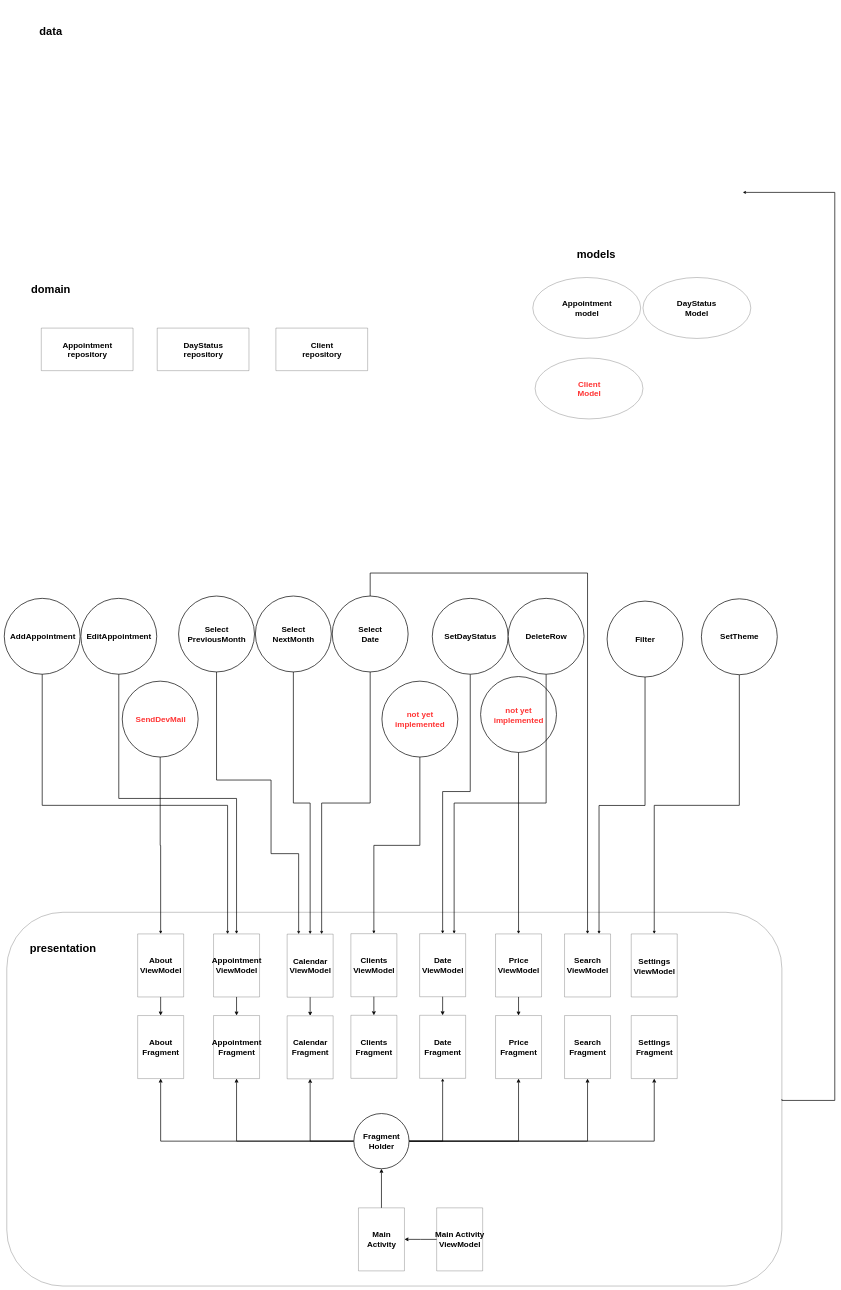
Earlier version of the draw.io diagram Диаграмма без названия.drawio (lemmiwinks1551/MySchedule). Source tidied: cells renumbered, new cells numbered last; positions are measured from the earlier drawing's top-left corner, leaving out a move shared by most shapes. Both pictures are drawn from the tidied source at 23%, with x=0, y=0 at pixel (4, 27).
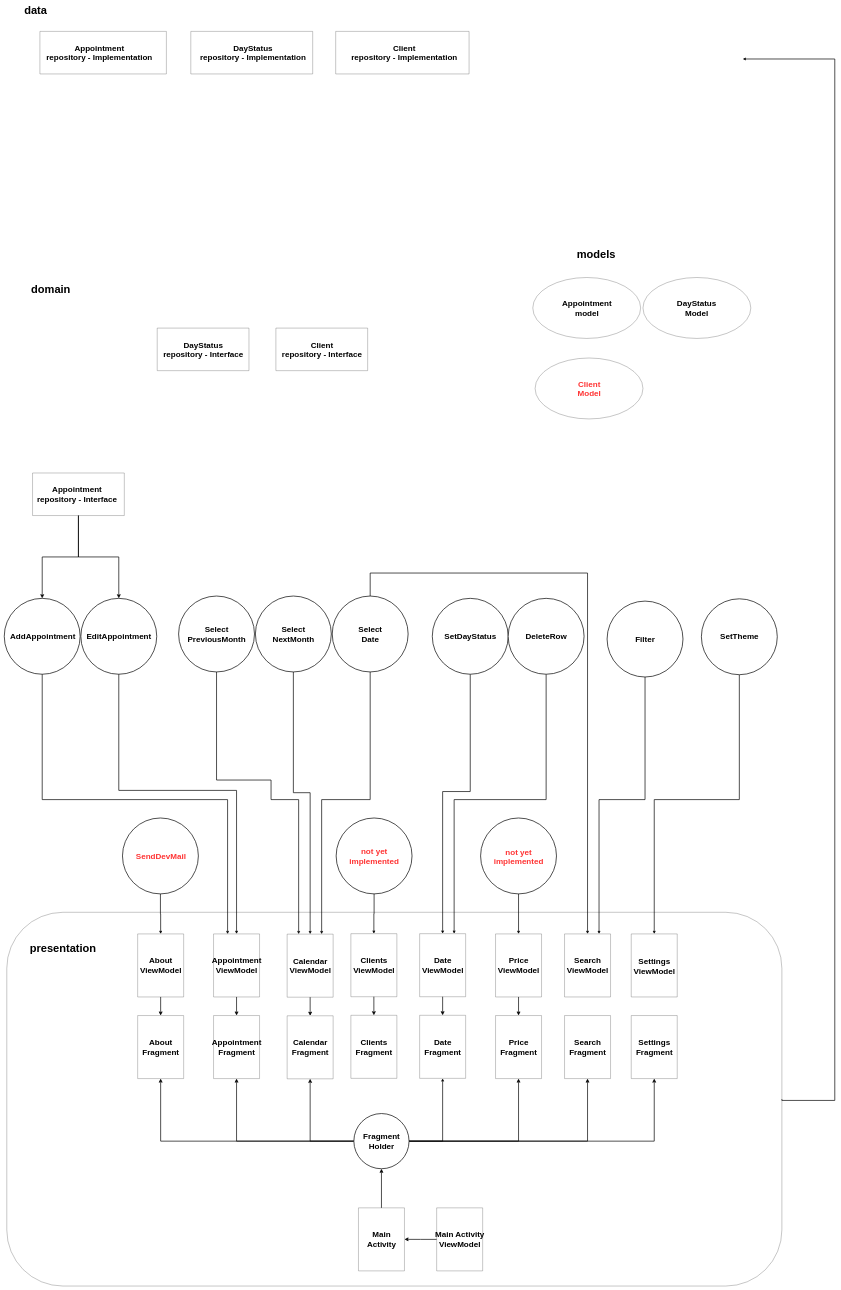
Above is the later version.

The change refers to these unchanged cells:
```xml
<mxCell id="2" style="rounded=1;whiteSpace=wrap;html=1;" parent="1" vertex="1">
  <mxGeometry x="11" y="3850" width="3370" height="1625" as="geometry" />
</mxCell>
<mxCell id="5" style="ellipse;whiteSpace=wrap;html=1;strokeWidth=3;fontSize=48;" parent="4" vertex="1">
  <mxGeometry width="330" height="330" as="geometry" />
</mxCell>
<mxCell id="26" style="ellipse;whiteSpace=wrap;html=1;strokeWidth=3;fontSize=48;" parent="25" vertex="1">
  <mxGeometry x="-95" y="20" width="330" height="330" as="geometry" />
</mxCell>
<mxCell id="29" style="ellipse;whiteSpace=wrap;html=1;strokeWidth=3;fontSize=48;" parent="28" vertex="1">
  <mxGeometry x="-100" width="330" height="330" as="geometry" />
</mxCell>
<mxCell id="32" style="ellipse;whiteSpace=wrap;html=1;strokeWidth=3;fontSize=48;" parent="31" vertex="1">
  <mxGeometry x="2" width="330" height="330" as="geometry" />
</mxCell>
<mxCell id="35" style="ellipse;whiteSpace=wrap;html=1;strokeWidth=3;fontSize=48;" parent="34" vertex="1">
  <mxGeometry x="2" width="330" height="330" as="geometry" />
</mxCell>
<mxCell id="41" style="swimlane;startSize=0;" parent="1" vertex="1">
  <mxGeometry x="1230" y="3945" width="200" height="274.1" as="geometry" />
</mxCell>
<mxCell id="46" style="swimlane;startSize=0;" parent="1" vertex="1">
  <mxGeometry x="910" y="3944" width="200" height="274.1" as="geometry" />
</mxCell>
<mxCell id="51" style="swimlane;startSize=0;" parent="1" vertex="1">
  <mxGeometry x="1806" y="3943" width="200" height="274.1" as="geometry" />
</mxCell>
<mxCell id="60" style="swimlane;startSize=0;" parent="1" vertex="1">
  <mxGeometry x="2436" y="3944" width="200" height="274.1" as="geometry" />
</mxCell>
<mxCell id="64" style="swimlane;startSize=0;" parent="1" vertex="1">
  <mxGeometry x="2726" y="3944" width="200" height="274.1" as="geometry" />
</mxCell>
<mxCell id="101" style="ellipse;whiteSpace=wrap;html=1;strokeWidth=3;fontSize=48;" parent="1" vertex="1">
  <mxGeometry x="2191" y="2485" width="330" height="330" as="geometry" />
</mxCell>
<mxCell id="103" style="ellipse;whiteSpace=wrap;html=1;strokeWidth=3;fontSize=48;" parent="1" vertex="1">
  <mxGeometry x="2621" y="2497" width="330" height="330" as="geometry" />
</mxCell>
<mxCell id="105" style="ellipse;whiteSpace=wrap;html=1;strokeWidth=3;fontSize=48;" parent="1" vertex="1">
  <mxGeometry x="3031" y="2487" width="330" height="330" as="geometry" />
</mxCell>
<mxCell id="122" style="group;" parent="1" vertex="1">
  <mxGeometry x="665" y="1310" width="399" height="185" as="geometry" />
</mxCell>
```

Diff of the diagram source:
```diff
@@
     <mxCell id="3" style="group;" parent="1" vertex="1">
-      <mxGeometry x="60" y="2475" width="3301" height="1219.1" as="geometry" />
+      <mxGeometry x="60" y="2475" width="3301" height="1295" as="geometry" />
     </mxCell>
     <mxCell id="4" style="group;" parent="3" vertex="1">
-      <mxGeometry x="-60" y="10" width="3361" height="1209.1" as="geometry" />
+      <mxGeometry x="-60" y="10" width="3361" height="1285" as="geometry" />
     </mxCell>
@@
+    <mxCell id="14" style="ellipse;whiteSpace=wrap;html=1;strokeWidth=3;fontSize=48;" parent="4" vertex="1">
+      <mxGeometry x="2071" y="955" width="330" height="330" as="geometry" />
+    </mxCell>
+    <mxCell id="15" value="not yet &lt;br&gt;implemented" style="text;strokeColor=none;fillColor=none;html=1;fontSize=35;fontStyle=1;verticalAlign=middle;align=center;strokeWidth=3;fontColor=#FF3333;" parent="4" vertex="1">
+      <mxGeometry x="2186" y="1105" width="100" height="35" as="geometry" />
+    </mxCell>
+    <mxCell id="16" style="group;" parent="4" vertex="1">
+      <mxGeometry x="1911" y="-1025" width="1100" height="680" as="geometry" />
+    </mxCell>
+    <mxCell id="17" style="group;" parent="16" vertex="1">
+      <mxGeometry width="1100" height="680" as="geometry" />
+    </mxCell>
+    <mxCell id="18" style="group;" parent="17" vertex="1">
+      <mxGeometry width="1100" height="680" as="geometry" />
+    </mxCell>
+    <mxCell id="19" style="ellipse;whiteSpace=wrap;html=1;" parent="18" vertex="1">
+      <mxGeometry x="397" y="-20" width="469" height="265" as="geometry" />
+    </mxCell>
+    <mxCell id="20" value="&lt;font color=&quot;#ff3333&quot;&gt;Client&lt;br&gt;Model&lt;br&gt;&lt;/font&gt;" style="text;strokeColor=none;fillColor=none;html=1;fontSize=35;fontStyle=1;verticalAlign=middle;align=center;strokeWidth=3;fontColor=#000000000;" parent="18" vertex="1">
+      <mxGeometry x="581.5" y="92.5" width="100" height="40" as="geometry" />
+    </mxCell>
     <mxCell id="7" style="group;" parent="4" vertex="1">
-      <mxGeometry x="515" y="360" width="330" height="330" as="geometry" />
+      <mxGeometry x="516" y="955" width="330" height="330" as="geometry" />
     </mxCell>
@@
     <mxCell id="11" style="group;fontColor=#FF66B3;" parent="4" vertex="1">
-      <mxGeometry x="1640" y="360" width="330" height="330" as="geometry" />
+      <mxGeometry x="1441" y="955" width="330" height="330" as="geometry" />
     </mxCell>
@@
-    <mxCell id="14" style="ellipse;whiteSpace=wrap;html=1;strokeWidth=3;fontSize=48;" parent="4" vertex="1">
-      <mxGeometry x="2071" y="340" width="330" height="330" as="geometry" />
-    </mxCell>
-    <mxCell id="15" value="not yet &lt;br&gt;implemented" style="text;strokeColor=none;fillColor=none;html=1;fontSize=35;fontStyle=1;verticalAlign=middle;align=center;strokeWidth=3;fontColor=#FF3333;" parent="4" vertex="1">
-      <mxGeometry x="2186" y="490" width="100" height="35" as="geometry" />
-    </mxCell>
-    <mxCell id="16" style="group;" parent="4" vertex="1">
-      <mxGeometry x="1911" y="-1025" width="1100" height="680" as="geometry" />
-    </mxCell>
-    <mxCell id="17" style="group;" parent="16" vertex="1">
-      <mxGeometry width="1100" height="680" as="geometry" />
-    </mxCell>
-    <mxCell id="18" style="group;" parent="17" vertex="1">
-      <mxGeometry width="1100" height="680" as="geometry" />
-    </mxCell>
-    <mxCell id="19" style="ellipse;whiteSpace=wrap;html=1;" parent="18" vertex="1">
-      <mxGeometry x="397" y="-20" width="469" height="265" as="geometry" />
-    </mxCell>
-    <mxCell id="20" value="&lt;font color=&quot;#ff3333&quot;&gt;Client&lt;br&gt;Model&lt;br&gt;&lt;/font&gt;" style="text;strokeColor=none;fillColor=none;html=1;fontSize=35;fontStyle=1;verticalAlign=middle;align=center;strokeWidth=3;fontColor=#000000000;" parent="18" vertex="1">
-      <mxGeometry x="581.5" y="92.5" width="100" height="40" as="geometry" />
-    </mxCell>
-    <mxCell id="21" style="group;" parent="4" vertex="1">
-      <mxGeometry x="161" y="-1175" width="399" height="185" as="geometry" />
-    </mxCell>
-    <mxCell id="22" value="Appointment&lt;br&gt;repository" style="text;strokeColor=none;fillColor=none;html=1;fontSize=35;fontStyle=1;verticalAlign=middle;align=center;strokeWidth=3;" parent="21" vertex="1">
-      <mxGeometry x="99.8" y="79" width="199.5" height="27" as="geometry" />
-    </mxCell>
-    <mxCell id="23" style="swimlane;startSize=0;" parent="21" vertex="1">
-      <mxGeometry width="399" height="185" as="geometry" />
-    </mxCell>
@@
     <mxCell id="37" style="edgeStyle=orthogonalEdgeStyle;rounded=0;jumpSize=11;jettySize=auto;html=1;strokeWidth=3;fontSize=28;fontColor=#000000000;exitX=1;exitY=0.5;exitDx=0;exitDy=0;" parent="1" edge="1" source="2">
       <mxGeometry relative="1" as="geometry">
-        <mxPoint x="3211" y="720" as="targetPoint" />
+        <mxPoint x="3211" y="140" as="targetPoint" />
         <Array as="points">
+          <mxPoint x="3381" y="4668" />
           <mxPoint x="3611" y="4668" />
-          <mxPoint x="3611" y="720" />
+          <mxPoint x="3611" y="140" />
         </Array>
       </mxGeometry>
     </mxCell>
     <mxCell id="38" style="edgeStyle=orthogonalEdgeStyle;rounded=0;jumpSize=11;jettySize=auto;html=1;entryX=0.5;entryY=1;entryDx=0;entryDy=0;strokeWidth=3;fontSize=35;fontColor=#FF3333;endSize=10;startArrow=classic;startFill=1;endArrow=none;endFill=0;" parent="1" edge="1" source="41" target="32">
-      <mxGeometry relative="1" as="geometry" />
+      <mxGeometry relative="1" as="geometry">
+        <Array as="points">
+          <mxPoint x="1330" y="3330" />
+          <mxPoint x="1257" y="3330" />
+        </Array>
+      </mxGeometry>
     </mxCell>
     <mxCell id="39" style="edgeStyle=orthogonalEdgeStyle;rounded=0;jumpSize=11;jettySize=auto;html=1;strokeWidth=3;fontSize=35;fontColor=#FF3333;entryX=0.5;entryY=1;entryDx=0;entryDy=0;exitX=0.25;exitY=0;exitDx=0;exitDy=0;endSize=10;startArrow=classic;startFill=1;endArrow=none;endFill=0;" parent="1" edge="1" source="41" target="29">
       <mxGeometry relative="1" as="geometry">
         <Array as="points">
-          <mxPoint x="1280" y="3595" />
-          <mxPoint x="1160" y="3595" />
+          <mxPoint x="1280" y="3360" />
+          <mxPoint x="1160" y="3360" />
           <mxPoint x="1160" y="3275" />
           <mxPoint x="923" y="3275" />
         </Array>
       </mxGeometry>
     </mxCell>
     <mxCell id="40" style="edgeStyle=orthogonalEdgeStyle;rounded=0;jumpSize=11;jettySize=auto;html=1;entryX=0.5;entryY=1;entryDx=0;entryDy=0;strokeWidth=3;fontSize=35;fontColor=#FF3333;exitX=0.75;exitY=0;exitDx=0;exitDy=0;endSize=10;startArrow=classic;startFill=1;endArrow=none;endFill=0;" parent="1" edge="1" source="41" target="35">
       <mxGeometry relative="1" as="geometry">
         <Array as="points">
-          <mxPoint x="1380" y="3375" />
-          <mxPoint x="1591" y="3375" />
+          <mxPoint x="1380" y="3360" />
+          <mxPoint x="1591" y="3360" />
         </Array>
       </mxGeometry>
     </mxCell>
@@
     <mxCell id="44" style="edgeStyle=orthogonalEdgeStyle;rounded=0;jumpSize=11;jettySize=auto;html=1;entryX=0.5;entryY=1;entryDx=0;entryDy=0;strokeWidth=3;fontSize=35;fontColor=#FF3333;exitX=0.305;exitY=0.002;exitDx=0;exitDy=0;exitPerimeter=0;endSize=10;startArrow=classic;startFill=1;endArrow=none;endFill=0;" parent="1" edge="1" source="46" target="5">
       <mxGeometry relative="1" as="geometry">
         <Array as="points">
-          <mxPoint x="971" y="3385" />
-          <mxPoint x="165" y="3385" />
+          <mxPoint x="971" y="3360" />
+          <mxPoint x="165" y="3360" />
         </Array>
       </mxGeometry>
     </mxCell>
     <mxCell id="45" style="edgeStyle=orthogonalEdgeStyle;rounded=0;jumpSize=11;jettySize=auto;html=1;entryX=0.5;entryY=1;entryDx=0;entryDy=0;strokeWidth=3;fontSize=35;fontColor=#FF3333;endSize=10;startArrow=classic;startFill=1;endArrow=none;endFill=0;" parent="1" edge="1" source="46" target="26">
       <mxGeometry relative="1" as="geometry">
         <Array as="points">
-          <mxPoint x="1010" y="3355" />
-          <mxPoint x="498" y="3355" />
+          <mxPoint x="1010" y="3320" />
+          <mxPoint x="498" y="3320" />
         </Array>
       </mxGeometry>
     </mxCell>
@@
     <mxCell id="50" style="edgeStyle=orthogonalEdgeStyle;rounded=0;jumpSize=11;jettySize=auto;html=1;entryX=0.5;entryY=1;entryDx=0;entryDy=0;strokeWidth=3;fontSize=35;fontColor=#FF3333;exitX=0.75;exitY=0;exitDx=0;exitDy=0;endSize=10;startArrow=classic;startFill=1;endArrow=none;endFill=0;" parent="1" edge="1" source="51" target="101">
       <mxGeometry relative="1" as="geometry">
         <Array as="points">
-          <mxPoint x="1956" y="3375" />
-          <mxPoint x="2356" y="3375" />
+          <mxPoint x="1956" y="3360" />
+          <mxPoint x="2356" y="3360" />
         </Array>
       </mxGeometry>
     </mxCell>
@@
     <mxCell id="58" style="edgeStyle=orthogonalEdgeStyle;rounded=0;jumpSize=11;jettySize=auto;html=1;entryX=0.5;entryY=1;entryDx=0;entryDy=0;strokeWidth=3;fontSize=35;fontColor=#FF3333;exitX=0.75;exitY=0;exitDx=0;exitDy=0;endSize=10;startArrow=classic;startFill=1;endArrow=none;endFill=0;" parent="1" edge="1" source="60" target="103">
-      <mxGeometry relative="1" as="geometry" />
+      <mxGeometry relative="1" as="geometry">
+        <Array as="points">
+          <mxPoint x="2586" y="3360" />
+          <mxPoint x="2786" y="3360" />
+        </Array>
+      </mxGeometry>
     </mxCell>
@@
     <mxCell id="63" style="edgeStyle=orthogonalEdgeStyle;rounded=0;jumpSize=11;jettySize=auto;html=1;entryX=0.5;entryY=1;entryDx=0;entryDy=0;strokeWidth=3;fontSize=35;fontColor=#FF3333;exitX=0.5;exitY=0;exitDx=0;exitDy=0;endSize=10;startArrow=classic;startFill=1;endArrow=none;endFill=0;" parent="1" edge="1" source="64" target="105">
       <mxGeometry relative="1" as="geometry">
         <Array as="points">
-          <mxPoint x="2826" y="3385" />
-          <mxPoint x="3196" y="3385" />
+          <mxPoint x="2826" y="3360" />
+          <mxPoint x="3196" y="3360" />
         </Array>
       </mxGeometry>
     </mxCell>
@@
     <mxCell id="107" value="data&lt;br&gt;" style="text;strokeColor=none;fillColor=none;html=1;fontSize=48;fontStyle=1;verticalAlign=middle;align=center;strokeWidth=3;" parent="1" vertex="1">
-      <mxGeometry x="117" width="170" height="40" as="geometry" />
+      <mxGeometry x="51" y="-90" width="170" height="40" as="geometry" />
     </mxCell>
@@
-    <mxCell id="123" value="DayStatus&lt;br&gt;repository" style="text;strokeColor=none;fillColor=none;html=1;fontSize=35;fontStyle=1;verticalAlign=middle;align=center;strokeWidth=3;" parent="122" vertex="1">
+    <mxCell id="123" value="DayStatus&lt;br&gt;repository - Interface" style="text;strokeColor=none;fillColor=none;html=1;fontSize=35;fontStyle=1;verticalAlign=middle;align=center;strokeWidth=3;" parent="122" vertex="1">
       <mxGeometry x="99.8" y="79" width="199.5" height="27" as="geometry" />
     </mxCell>
@@
-    <mxCell id="126" value="Client&lt;br&gt;repository" style="text;strokeColor=none;fillColor=none;html=1;fontSize=35;fontStyle=1;verticalAlign=middle;align=center;strokeWidth=3;" parent="1" vertex="1">
+    <mxCell id="126" value="Client&lt;br&gt;repository - Interface" style="text;strokeColor=none;fillColor=none;html=1;fontSize=35;fontStyle=1;verticalAlign=middle;align=center;strokeWidth=3;" parent="1" vertex="1">
       <mxGeometry x="1280.8" y="1389" width="199.5" height="27" as="geometry" />
     </mxCell>
+    <mxCell id="127" style="group;" parent="1" vertex="1">
+      <mxGeometry x="155" y="20" width="550" height="185" as="geometry" />
+    </mxCell>
+    <mxCell id="128" style="swimlane;startSize=0;direction=south;" parent="127" vertex="1">
+      <mxGeometry width="550" height="185" as="geometry" />
+    </mxCell>
+    <mxCell id="129" value="Appointment&lt;br&gt;repository - Implementation" style="text;strokeColor=none;fillColor=none;html=1;fontSize=35;fontStyle=1;verticalAlign=middle;align=center;strokeWidth=3;" parent="128" vertex="1">
+      <mxGeometry x="158.5" y="79" width="199.5" height="27" as="geometry" />
+    </mxCell>
+    <mxCell id="130" style="group;" parent="1" vertex="1">
+      <mxGeometry x="881" y="20" width="460" height="185" as="geometry" />
+    </mxCell>
+    <mxCell id="131" value="DayStatus&lt;br&gt;repository&amp;nbsp;- Implementation" style="text;strokeColor=none;fillColor=none;html=1;fontSize=35;fontStyle=1;verticalAlign=middle;align=center;strokeWidth=3;" parent="130" vertex="1">
+      <mxGeometry x="99.8" y="79" width="199.5" height="27" as="geometry" />
+    </mxCell>
+    <mxCell id="132" style="swimlane;startSize=0;" parent="130" vertex="1">
+      <mxGeometry x="-70" width="530" height="185" as="geometry" />
+    </mxCell>
+    <mxCell id="133" style="swimlane;startSize=0;" parent="1" vertex="1">
+      <mxGeometry x="1441" y="20" width="580" height="185" as="geometry" />
+    </mxCell>
+    <mxCell id="134" value="Client&lt;br&gt;repository&amp;nbsp;- Implementation" style="text;strokeColor=none;fillColor=none;html=1;fontSize=35;fontStyle=1;verticalAlign=middle;align=center;strokeWidth=3;" parent="1" vertex="1">
+      <mxGeometry x="1638.8" y="99" width="199.5" height="27" as="geometry" />
+    </mxCell>
+    <mxCell id="21" style="group;" parent="1" vertex="1">
+      <mxGeometry x="116" y="1940" width="399" height="185" as="geometry" />
+    </mxCell>
+    <mxCell id="22" value="Appointment&lt;br&gt;repository - Interface" style="text;strokeColor=none;fillColor=none;html=1;fontSize=35;fontStyle=1;verticalAlign=middle;align=center;strokeWidth=3;" parent="21" vertex="1">
+      <mxGeometry x="99.8" y="79" width="199.5" height="27" as="geometry" />
+    </mxCell>
+    <mxCell id="23" style="swimlane;startSize=0;" parent="21" vertex="1">
+      <mxGeometry x="7" width="399" height="185" as="geometry" />
+    </mxCell>
+    <mxCell id="135" style="edgeStyle=orthogonalEdgeStyle;rounded=0;jettySize=auto;html=1;entryX=0.5;entryY=0;entryDx=0;entryDy=0;startSize=6;strokeWidth=3;endSize=10;" parent="1" edge="1" source="23" target="5">
+      <mxGeometry relative="1" as="geometry" />
+    </mxCell>
+    <mxCell id="136" style="edgeStyle=orthogonalEdgeStyle;rounded=0;jettySize=auto;html=1;entryX=0.5;entryY=0;entryDx=0;entryDy=0;startSize=6;strokeWidth=3;endSize=10;" parent="1" edge="1" source="23" target="26">
+      <mxGeometry relative="1" as="geometry" />
+    </mxCell>
```
